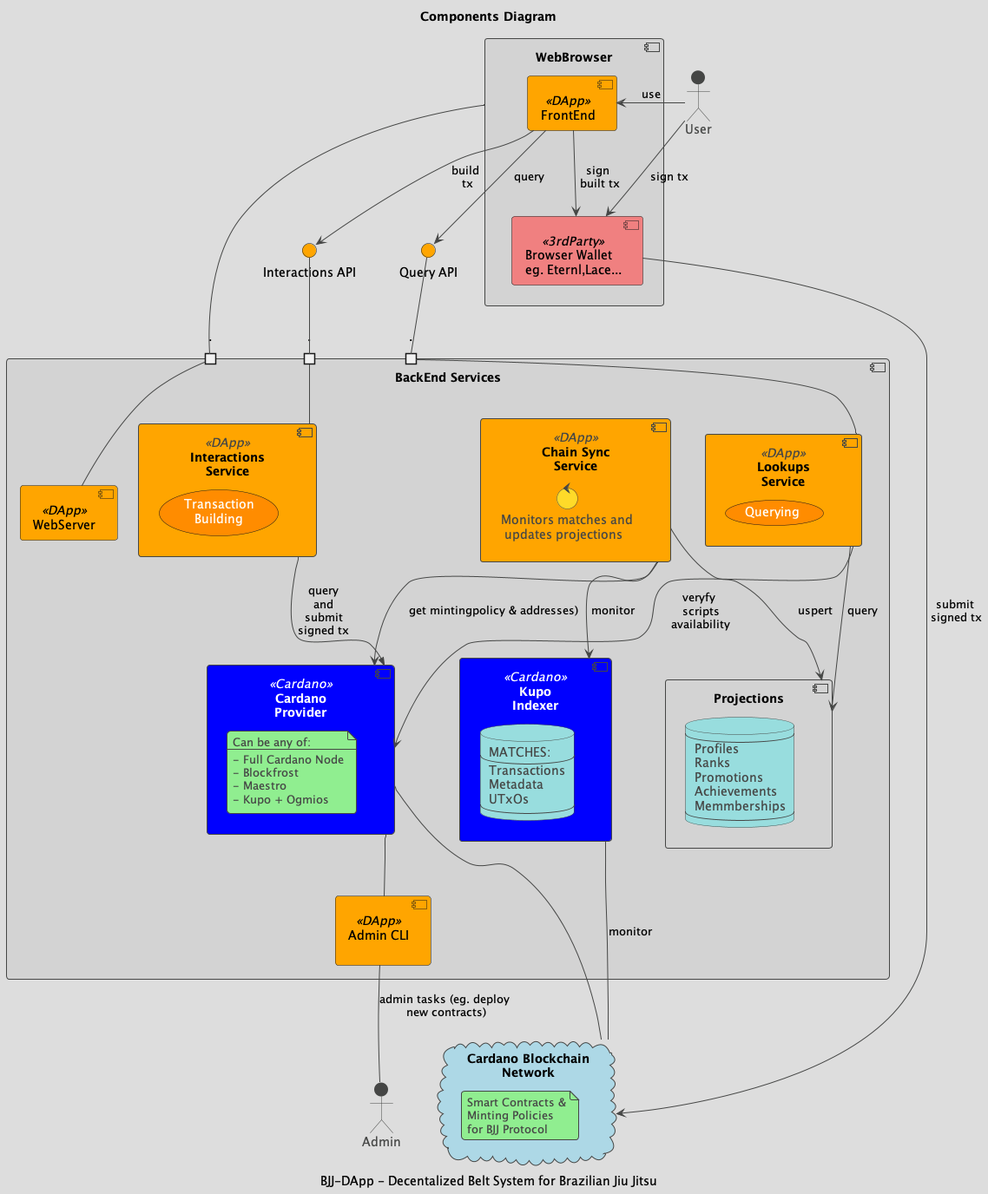
The PlantUML diagram out/puml/ComponentDiagram/ComponentDiagram.png in en7angled/Decentralized-Belt-System, before a commit.
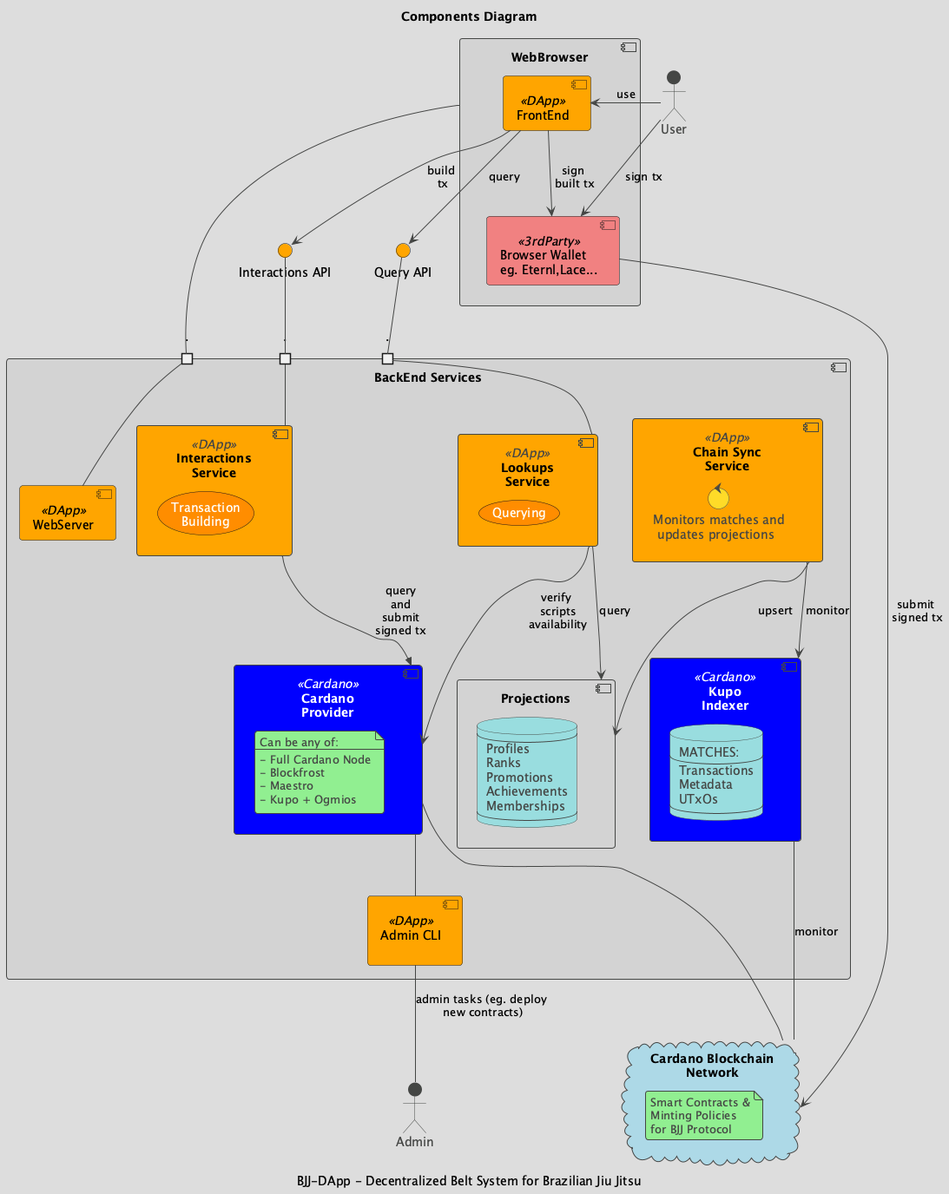
The same diagram one commit later.

The edit, as a diff of the source:
```diff
@@ -2,7 +2,7 @@
 !theme toy
 
 title "Components Diagram"
-caption: BJJ-DApp - Decentalized Belt System for Brazilian Jiu Jitsu
+caption: BJJ-DApp - Decentralized Belt System for Brazilian Jiu Jitsu
 
 
 skinparam interface {
@@ -84,7 +84,7 @@
         Ranks
         Promotions
         Achievements
-        Memmberships
+        Memberships
         --
         "
     }
@@ -98,11 +98,10 @@
     Lookups - queryPort
 
     Interactions -->> CardanoProvider : query\n and \n submit \nsigned tx
-    Lookups --> CardanoProvider : veryfy\n scripts\n availability
+    Lookups --> CardanoProvider : verify\n scripts\n availability
 
     ChainSync --> Kupo : monitor
-    ChainSync --> CardanoProvider : get mintingpolicy & addresses)
-    ChainSync --> Projections : uspert
+    ChainSync --> Projections : upsert
     Lookups --> Projections : query
 
 
```
